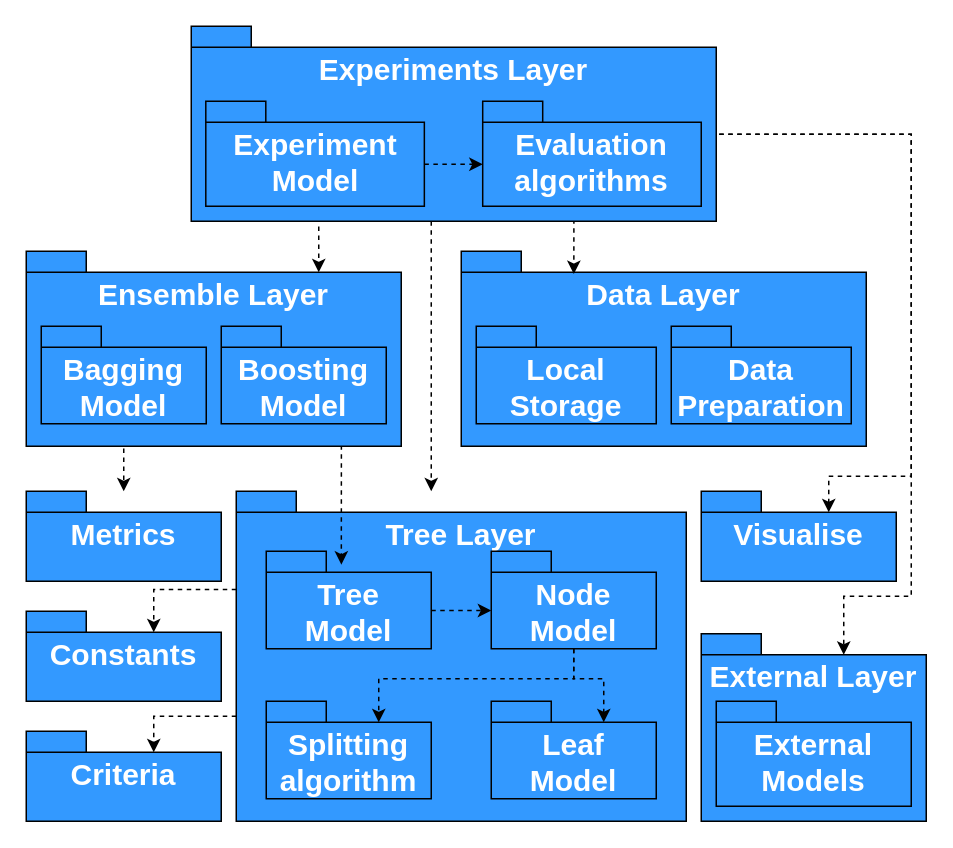
Above: page "Страница — 2" (2 of 2) of doc/BaseArchitecture2023.drawio in iuliivasilev/dev-survivors (draw.io), before the change. Source tidied: cells renumbered, new cells numbered last; positions are measured from the earlier drawing's top-left corner, leaving out a move shared by most shapes. Both pictures are drawn from the tidied source at 150%, with x=0, y=0 at pixel (26, 26).
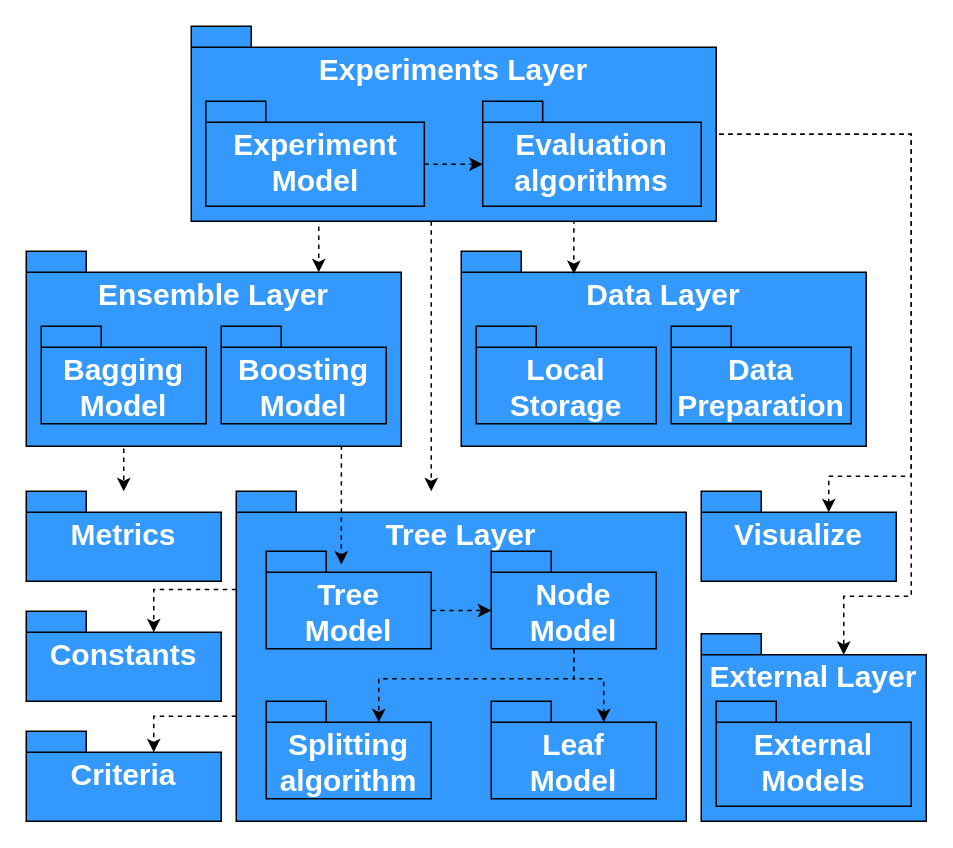
After the change.

Commit message:
Renamed visualise module

Diff of the diagram source:
```diff
@@
-    <mxCell id="27" value="Visualise" style="shape=folder;fontStyle=1;spacingTop=10;tabWidth=40;tabHeight=14;tabPosition=left;whiteSpace=wrap;labelBackgroundColor=none;fillColor=#3399FF;strokeColor=#000000;labelPosition=center;verticalLabelPosition=middle;align=center;verticalAlign=top;fontSize=20;fontColor=#FFFFFF;html=1;labelBorderColor=none;" parent="1" vertex="1">
+    <mxCell id="27" value="Visualize" style="shape=folder;fontStyle=1;spacingTop=10;tabWidth=40;tabHeight=14;tabPosition=left;whiteSpace=wrap;labelBackgroundColor=none;fillColor=#3399FF;strokeColor=#000000;labelPosition=center;verticalLabelPosition=middle;align=center;verticalAlign=top;fontSize=20;fontColor=#FFFFFF;html=1;labelBorderColor=none;" parent="1" vertex="1">
       <mxGeometry x="450" y="310" width="130" height="60" as="geometry" />
     </mxCell>
```
